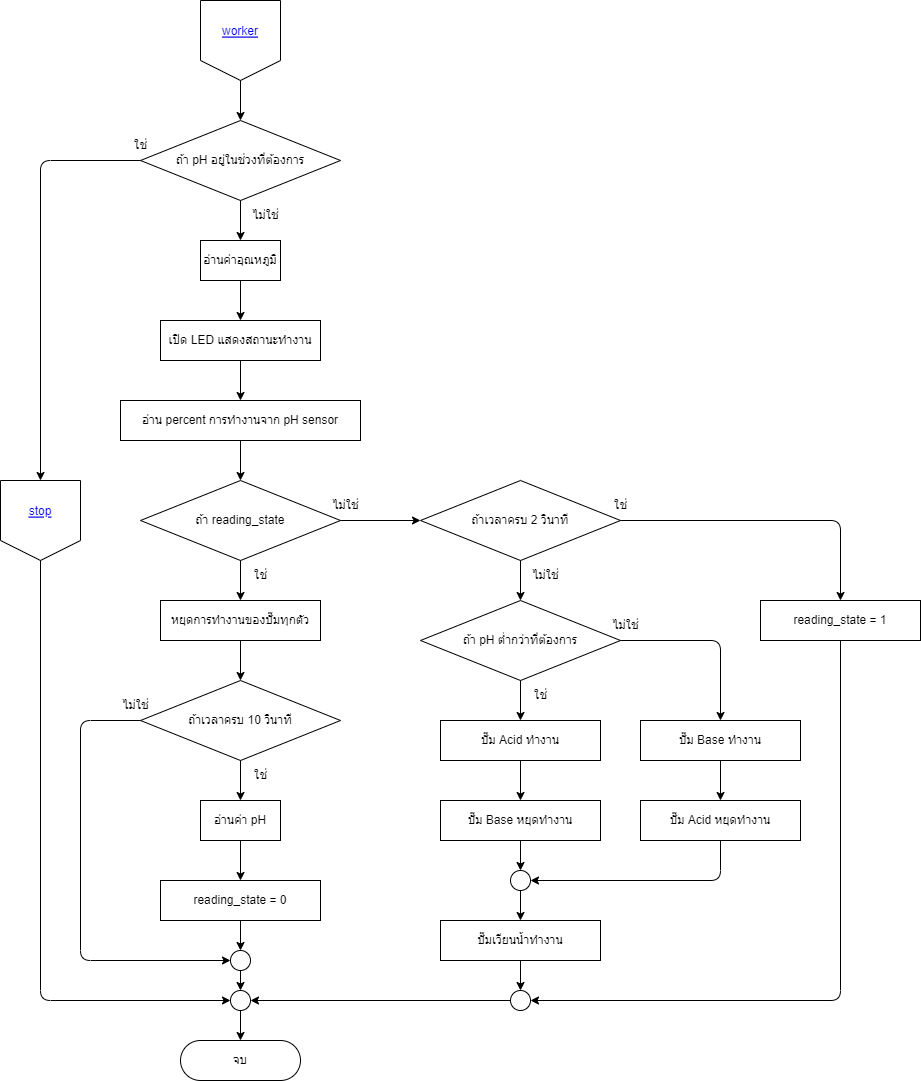
Above: flowcharts/new_worker.png in thestampr/pHConditioner (draw.io), before the change. Source tidied: cells renumbered, new cells last; positions are measured from the earlier drawing's top-left corner, leaving out a move shared by most shapes.
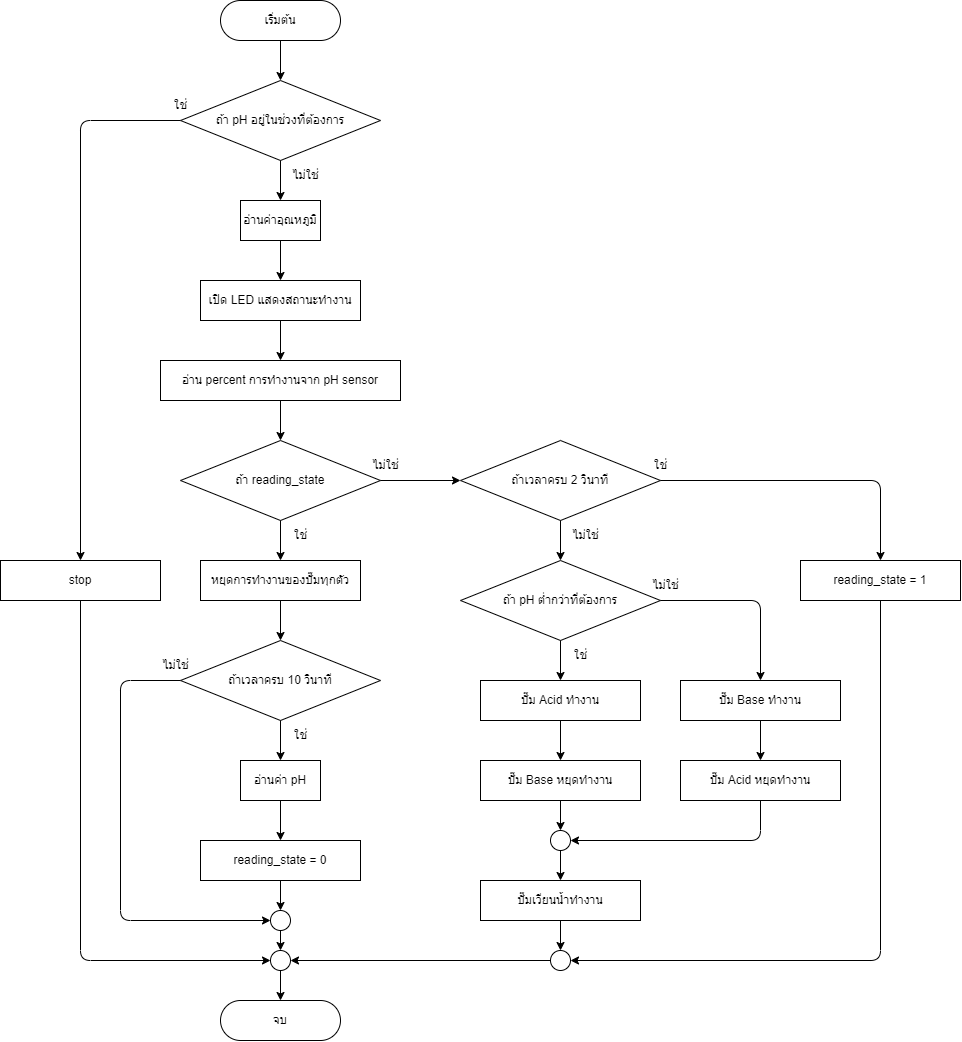
After the change.

What changed in the source:
```diff
@@ -7,9 +7,8 @@
         <mxPoint x="240" y="80" as="sourcePoint" />
       </mxGeometry>
     </mxCell>
-    <mxCell id="3" style="edgeStyle=none;html=1;strokeColor=#000000;fontColor=#000000;endArrow=classic;endFill=1;" parent="1" edge="1" source="5">
+    <mxCell id="3" style="edgeStyle=none;html=1;strokeColor=#000000;fontColor=#000000;endArrow=classic;endFill=1;entryX=0.5;entryY=0;entryDx=0;entryDy=0;" parent="1" edge="1" source="5" target="15">
       <mxGeometry relative="1" as="geometry">
-        <mxPoint x="40" y="480" as="targetPoint" />
         <Array as="points">
           <mxPoint x="40" y="160" />
         </Array>
@@ -36,42 +35,6 @@
     <mxCell id="8" value="ถ้า pH ต่ำกว่าที่ต้องการ" style="rhombus;whiteSpace=wrap;html=1;fillColor=none;strokeColor=#000000;fontColor=#000000;rounded=0;labelBackgroundColor=none;comic=0;" parent="1" vertex="1">
       <mxGeometry x="420" y="600" width="200" height="80" as="geometry" />
     </mxCell>
-    <mxCell id="9" style="group;rounded=0;labelBackgroundColor=none;comic=0;strokeColor=none;fontColor=#000000;fillColor=none;" parent="1" vertex="1">
-      <mxGeometry y="480" width="80" height="80" as="geometry" />
-    </mxCell>
-    <mxCell id="10" style="edgeStyle=none;orthogonalLoop=1;jettySize=auto;html=1;strokeColor=#000000;fontColor=#000000;endArrow=none;endFill=0;" parent="9" edge="1">
-      <mxGeometry relative="1" as="geometry">
-        <mxPoint as="sourcePoint" />
-        <mxPoint x="80" as="targetPoint" />
-      </mxGeometry>
-    </mxCell>
-    <mxCell id="11" style="edgeStyle=none;orthogonalLoop=1;jettySize=auto;html=1;strokeColor=#000000;fontColor=#000000;endArrow=none;endFill=0;" parent="9" edge="1">
-      <mxGeometry relative="1" as="geometry">
-        <mxPoint x="80" as="sourcePoint" />
-        <mxPoint x="80" y="60" as="targetPoint" />
-      </mxGeometry>
-    </mxCell>
-    <mxCell id="12" style="edgeStyle=none;orthogonalLoop=1;jettySize=auto;html=1;strokeColor=#000000;fontColor=#000000;endArrow=none;endFill=0;" parent="9" edge="1">
-      <mxGeometry relative="1" as="geometry">
-        <mxPoint as="sourcePoint" />
-        <mxPoint y="60" as="targetPoint" />
-      </mxGeometry>
-    </mxCell>
-    <mxCell id="13" style="edgeStyle=none;orthogonalLoop=1;jettySize=auto;html=1;strokeColor=#000000;fontColor=#000000;endArrow=none;endFill=0;" parent="9" edge="1">
-      <mxGeometry relative="1" as="geometry">
-        <mxPoint y="60" as="sourcePoint" />
-        <mxPoint x="40" y="80" as="targetPoint" />
-      </mxGeometry>
-    </mxCell>
-    <mxCell id="14" style="edgeStyle=none;orthogonalLoop=1;jettySize=auto;html=1;strokeColor=#000000;fontColor=#000000;endArrow=none;endFill=0;" parent="9" edge="1">
-      <mxGeometry relative="1" as="geometry">
-        <mxPoint x="80" y="60" as="sourcePoint" />
-        <mxPoint x="40" y="80" as="targetPoint" />
-      </mxGeometry>
-    </mxCell>
-    <mxCell id="15" value="stop" style="fontColor=#0000EE;fontStyle=4;rounded=1;overflow=hidden;spacing=10;labelBackgroundColor=none;comic=0;strokeColor=none;fillColor=none;" parent="9" vertex="1">
-      <mxGeometry x="5" y="10" width="70" height="40" as="geometry" />
-    </mxCell>
     <mxCell id="16" style="edgeStyle=none;html=1;strokeColor=#000000;strokeWidth=1;" parent="1" edge="1" source="17" target="49">
       <mxGeometry relative="1" as="geometry" />
     </mxCell>
@@ -130,9 +93,8 @@
     <mxCell id="33" value="ปั๊มเวียนน้ำทำงาน" style="whiteSpace=wrap;html=1;fillColor=none;strokeColor=#000000;fontColor=#000000;rounded=0;labelBackgroundColor=none;comic=0;" parent="1" vertex="1">
       <mxGeometry x="440" y="920" width="160" height="40" as="geometry" />
     </mxCell>
-    <mxCell id="34" style="edgeStyle=none;jettySize=auto;html=1;strokeColor=#000000;fontColor=#000000;endArrow=classic;endFill=1;entryX=0;entryY=0.5;entryDx=0;entryDy=0;" parent="1" edge="1" target="36">
+    <mxCell id="34" style="edgeStyle=none;jettySize=auto;html=1;strokeColor=#000000;fontColor=#000000;endArrow=classic;endFill=1;entryX=0;entryY=0.5;entryDx=0;entryDy=0;exitX=0.5;exitY=1;exitDx=0;exitDy=0;" parent="1" edge="1" source="15" target="36">
       <mxGeometry relative="1" as="geometry">
-        <mxPoint x="40" y="560" as="sourcePoint" />
         <Array as="points">
           <mxPoint x="40" y="1000" />
         </Array>
@@ -153,42 +115,6 @@
     <mxCell id="39" value="เปิด LED แสดงสถานะทำงาน" style="whiteSpace=wrap;html=1;fillColor=none;strokeColor=#000000;fontColor=#000000;rounded=0;labelBackgroundColor=none;comic=0;" parent="1" vertex="1">
       <mxGeometry x="160" y="320" width="160" height="40" as="geometry" />
     </mxCell>
-    <mxCell id="40" style="group;rounded=0;labelBackgroundColor=none;comic=0;strokeColor=none;fontColor=#000000;fillColor=none;" parent="1" vertex="1">
-      <mxGeometry x="200" width="80" height="80" as="geometry" />
-    </mxCell>
-    <mxCell id="41" style="edgeStyle=none;orthogonalLoop=1;jettySize=auto;html=1;strokeColor=#000000;fontColor=#000000;endArrow=none;endFill=0;" parent="40" edge="1">
-      <mxGeometry relative="1" as="geometry">
-        <mxPoint as="sourcePoint" />
-        <mxPoint x="80" as="targetPoint" />
-      </mxGeometry>
-    </mxCell>
-    <mxCell id="42" style="edgeStyle=none;orthogonalLoop=1;jettySize=auto;html=1;strokeColor=#000000;fontColor=#000000;endArrow=none;endFill=0;" parent="40" edge="1">
-      <mxGeometry relative="1" as="geometry">
-        <mxPoint x="80" as="sourcePoint" />
-        <mxPoint x="80" y="60" as="targetPoint" />
-      </mxGeometry>
-    </mxCell>
-    <mxCell id="43" style="edgeStyle=none;orthogonalLoop=1;jettySize=auto;html=1;strokeColor=#000000;fontColor=#000000;endArrow=none;endFill=0;" parent="40" edge="1">
-      <mxGeometry relative="1" as="geometry">
-        <mxPoint as="sourcePoint" />
-        <mxPoint y="60" as="targetPoint" />
-      </mxGeometry>
-    </mxCell>
-    <mxCell id="44" style="edgeStyle=none;orthogonalLoop=1;jettySize=auto;html=1;strokeColor=#000000;fontColor=#000000;endArrow=none;endFill=0;" parent="40" edge="1">
-      <mxGeometry relative="1" as="geometry">
-        <mxPoint y="60" as="sourcePoint" />
-        <mxPoint x="40" y="80" as="targetPoint" />
-      </mxGeometry>
-    </mxCell>
-    <mxCell id="45" style="edgeStyle=none;orthogonalLoop=1;jettySize=auto;html=1;strokeColor=#000000;fontColor=#000000;endArrow=none;endFill=0;" parent="40" edge="1">
-      <mxGeometry relative="1" as="geometry">
-        <mxPoint x="80" y="60" as="sourcePoint" />
-        <mxPoint x="40" y="80" as="targetPoint" />
-      </mxGeometry>
-    </mxCell>
-    <mxCell id="46" value="worker" style="fontColor=#0000EE;fontStyle=4;rounded=1;overflow=hidden;spacing=10;labelBackgroundColor=none;comic=0;strokeColor=none;fillColor=none;" parent="40" vertex="1">
-      <mxGeometry x="5" y="10" width="70" height="40" as="geometry" />
-    </mxCell>
     <mxCell id="47" style="edgeStyle=none;html=1;strokeColor=#000000;strokeWidth=1;entryX=0.5;entryY=0;entryDx=0;entryDy=0;" parent="1" edge="1" source="49" target="64">
       <mxGeometry relative="1" as="geometry" />
     </mxCell>
@@ -291,5 +217,11 @@
     <mxCell id="75" value="ไม่ใช่" style="text;html=1;align=center;verticalAlign=middle;strokeColor=none;fillColor=none;fontColor=#000000;" parent="1" vertex="1">
       <mxGeometry x="520" y="560" width="50" height="30" as="geometry" />
     </mxCell>
+    <mxCell id="76" value="เริ่มต้น" style="rounded=1;whiteSpace=wrap;html=1;fontSize=12;glass=0;strokeWidth=1;shadow=0;arcSize=50;fillColor=none;strokeColor=#000000;fontColor=#000000;" parent="1" vertex="1">
+      <mxGeometry x="180" y="40" width="120" height="40" as="geometry" />
+    </mxCell>
+    <mxCell id="15" value="stop" style="whiteSpace=wrap;html=1;fillColor=none;strokeColor=#000000;fontColor=#000000;rounded=0;labelBackgroundColor=none;comic=0;" parent="1" vertex="1">
+      <mxGeometry x="-40" y="600" width="160" height="40" as="geometry" />
+    </mxCell>
   </root>
 </mxGraphModel>
```
